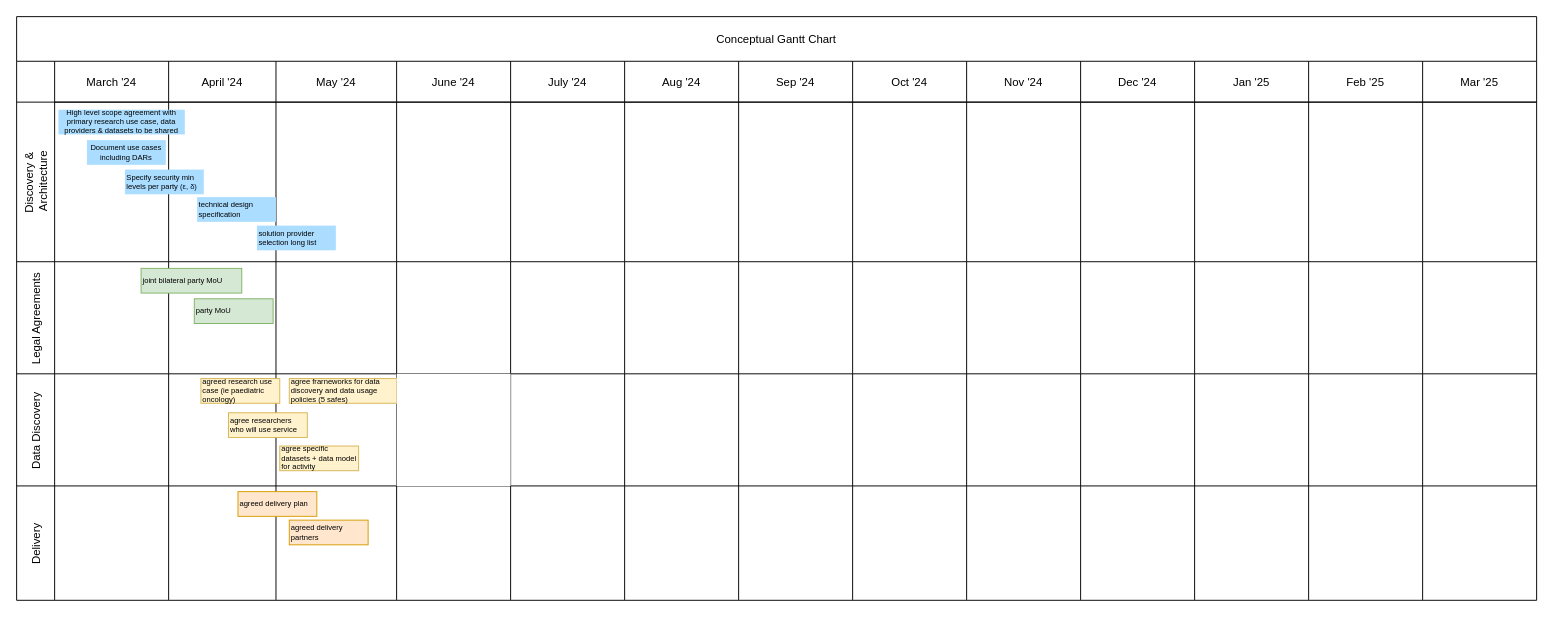
Above: page "Gantt" (2 of 3) of diagrams/FedLearning.drawio in charlesgibbons/fedlearning (draw.io), before the change. Source tidied: cells renumbered, new cells numbered last; positions are measured from the earlier drawing's top-left corner, leaving out a move shared by most shapes. Both pictures are drawn from the tidied source at 95%, with x=0, y=0 at pixel (16, 16).
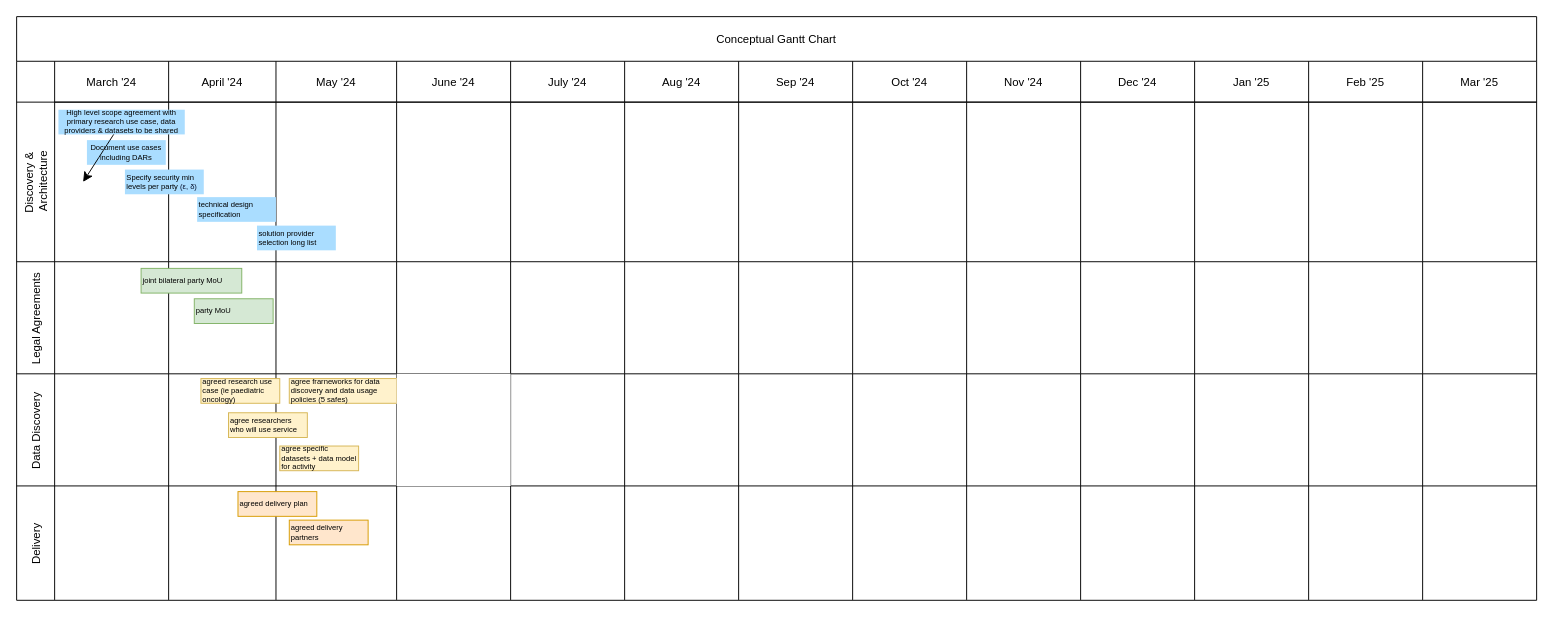
The same diagram, later.

The change refers to these unchanged cells:
```xml
<mxCell id="2" value="Conceptual Gantt Chart" style="shape=table;childLayout=tableLayout;startSize=47;" parent="1" vertex="1">
  <mxGeometry width="1600" height="614.4" as="geometry" />
</mxCell>
<mxCell id="19" value="High level scope agreement with primary research use case, data providers &amp;amp; datasets to be shared" style="strokeWidth=1;shadow=0;dashed=0;align=center;html=1;shape=mxgraph.mockup.graphics.rrect;rSize=0;strokeColor=none;fillColor=#aaddff;fontSize=8;whiteSpace=wrap;" parent="18" vertex="1">
  <mxGeometry x="4" y="8" width="133" height="26" as="geometry" />
</mxCell>
```

What changed in the source:
```diff
@@
+    <mxCell id="86" style="edgeStyle=none;curved=1;rounded=0;jettySize=auto;html=1;fontSize=12;startSize=8;endSize=8;" parent="2" edge="1" source="19">
+      <mxGeometry relative="1" as="geometry">
+        <mxPoint x="70" y="174" as="targetPoint" />
+      </mxGeometry>
+    </mxCell>
```
